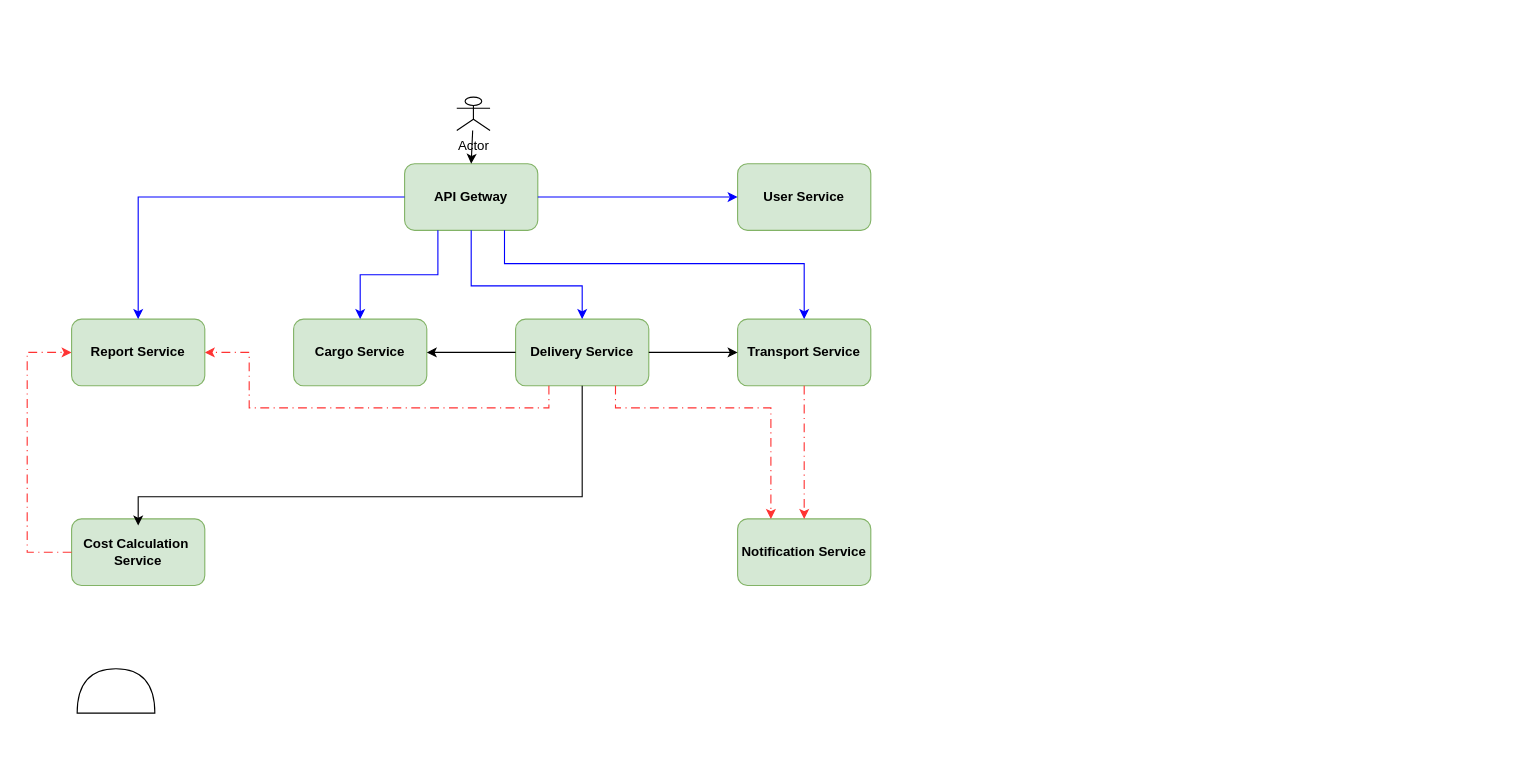
Before: microservices-scheme_v003.drawio in yury-connect/innowise-logistics-platform, a draw.io diagram. Source tidied: cells renumbered, new cells numbered last; positions are measured from the earlier drawing's top-left corner, leaving out a move shared by most shapes. Both pictures are drawn from the tidied source at 111%, with x=0, y=0 at pixel (27, 97).
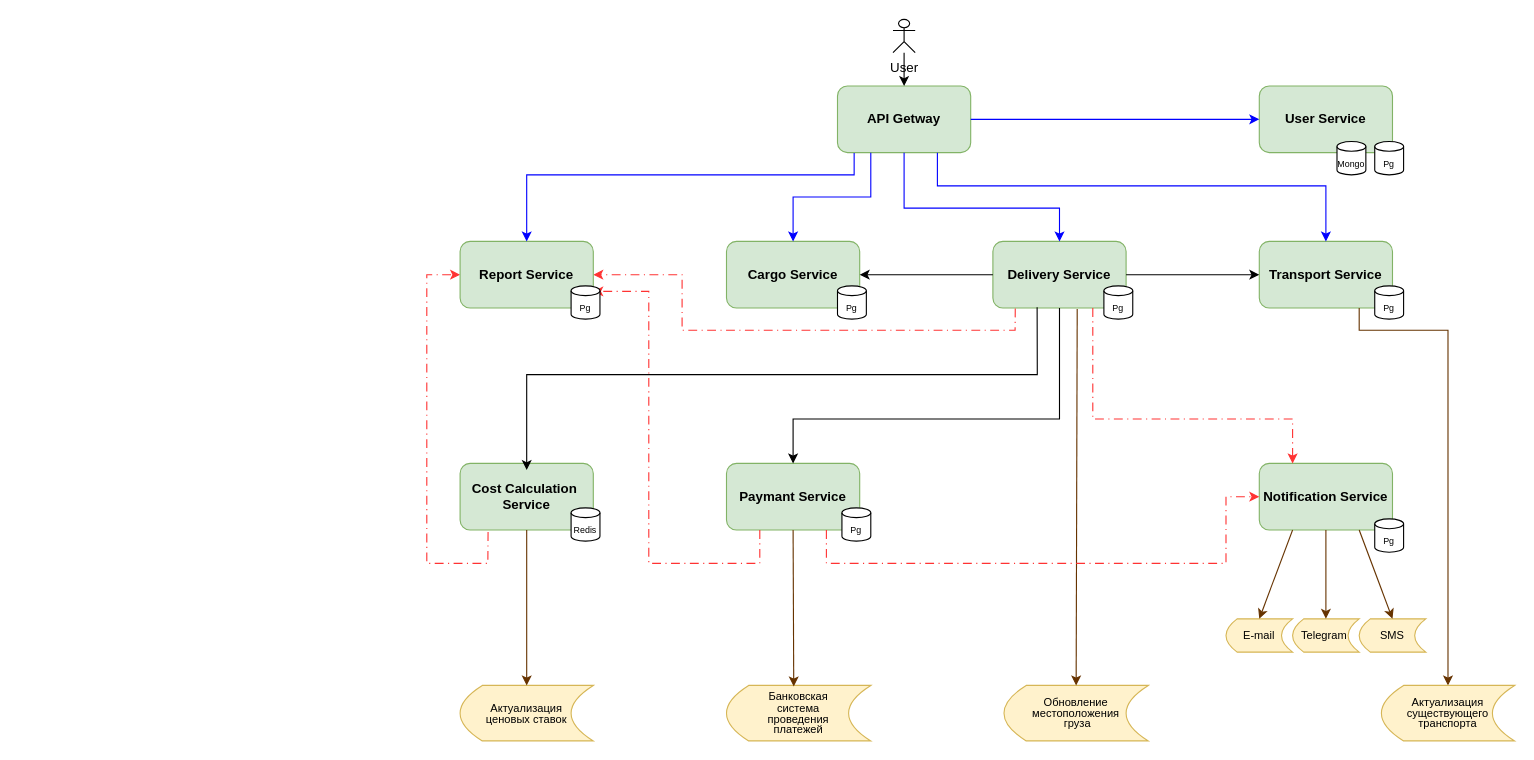
Above is the later version.

What changed in the source:
```diff
@@
     <mxCell id="2" value="&lt;b&gt;API Getway&lt;/b&gt;" style="rounded=1;whiteSpace=wrap;html=1;fillColor=#d5e8d4;strokeColor=#82b366;" parent="1" vertex="1">
-      <mxGeometry x="340" y="60" width="120" height="60" as="geometry" />
+      <mxGeometry x="730" y="-10" width="120" height="60" as="geometry" />
     </mxCell>
     <mxCell id="3" value="&lt;b&gt;Delivery Service&lt;/b&gt;" style="rounded=1;whiteSpace=wrap;html=1;fillColor=#d5e8d4;strokeColor=#82b366;" parent="1" vertex="1">
-      <mxGeometry x="440" y="200" width="120" height="60" as="geometry" />
+      <mxGeometry x="870" y="130" width="120" height="60" as="geometry" />
     </mxCell>
     <mxCell id="4" value="&lt;b&gt;Cargo Service&lt;/b&gt;" style="rounded=1;whiteSpace=wrap;html=1;fillColor=#d5e8d4;strokeColor=#82b366;" parent="1" vertex="1">
-      <mxGeometry x="240" y="200" width="120" height="60" as="geometry" />
+      <mxGeometry x="630" y="130" width="120" height="60" as="geometry" />
     </mxCell>
     <mxCell id="5" value="&lt;b&gt;Notification Service&lt;/b&gt;" style="rounded=1;whiteSpace=wrap;html=1;fillColor=#d5e8d4;strokeColor=#82b366;" parent="1" vertex="1">
-      <mxGeometry x="640" y="380" width="120" height="60" as="geometry" />
+      <mxGeometry x="1110" y="330" width="120" height="60" as="geometry" />
     </mxCell>
     <mxCell id="6" style="endArrow=classic;html=1;rounded=0;exitX=0.5;exitY=1;exitDx=0;exitDy=0;entryX=0.5;entryY=0;entryDx=0;entryDy=0;strokeColor=#0000FF;" parent="1" edge="1" source="2" target="3">
       <mxGeometry relative="1" as="geometry">
         <Array as="points">
-          <mxPoint x="400" y="170" />
-          <mxPoint x="500" y="170" />
+          <mxPoint x="790" y="100" />
+          <mxPoint x="930" y="100" />
         </Array>
       </mxGeometry>
     </mxCell>
     <mxCell id="7" style="endArrow=classic;html=1;rounded=0;exitX=0.25;exitY=1;exitDx=0;exitDy=0;entryX=0.5;entryY=0;entryDx=0;entryDy=0;strokeColor=#0000FF;" parent="1" edge="1" source="2" target="4">
       <mxGeometry relative="1" as="geometry">
         <Array as="points">
-          <mxPoint x="370" y="160" />
-          <mxPoint x="300" y="160" />
+          <mxPoint x="760" y="90" />
+          <mxPoint x="690" y="90" />
         </Array>
       </mxGeometry>
     </mxCell>
     <mxCell id="8" value="&lt;b&gt;User Service&lt;/b&gt;" style="rounded=1;whiteSpace=wrap;html=1;fillColor=#d5e8d4;strokeColor=#82b366;" parent="1" vertex="1">
-      <mxGeometry x="640" y="60" width="120" height="60" as="geometry" />
+      <mxGeometry x="1110" y="-10" width="120" height="60" as="geometry" />
     </mxCell>
-    <mxCell id="9" value="Actor" style="shape=umlActor;verticalLabelPosition=bottom;verticalAlign=top;html=1;outlineConnect=0;" parent="1" vertex="1">
-      <mxGeometry x="387" width="30" height="30" as="geometry" />
+    <mxCell id="9" value="User" style="shape=umlActor;verticalLabelPosition=bottom;verticalAlign=top;html=1;outlineConnect=0;labelBackgroundColor=default;" parent="1" vertex="1">
+      <mxGeometry x="780" y="-70" width="20" height="30" as="geometry" />
     </mxCell>
@@
     <mxCell id="12" value="&lt;b&gt;Cost Calculation&amp;nbsp;&lt;/b&gt;&lt;div&gt;&lt;b&gt;Service&lt;/b&gt;&lt;/div&gt;" style="rounded=1;whiteSpace=wrap;html=1;fillColor=#d5e8d4;strokeColor=#82b366;" parent="1" vertex="1">
-      <mxGeometry x="40" y="380" width="120" height="60" as="geometry" />
+      <mxGeometry x="390" y="330" width="120" height="60" as="geometry" />
     </mxCell>
-    <mxCell id="13" style="endArrow=classic;html=1;rounded=0;dashed=1;exitX=0;exitY=0.5;exitDx=0;exitDy=0;entryX=0;entryY=0.5;entryDx=0;entryDy=0;dashPattern=8 4 1 4;strokeColor=#FF3333;" parent="1" edge="1" source="12" target="16">
+    <mxCell id="13" style="endArrow=classic;html=1;rounded=0;dashed=1;exitX=0.21;exitY=1.031;exitDx=0;exitDy=0;entryX=0;entryY=0.5;entryDx=0;entryDy=0;dashPattern=8 4 1 4;strokeColor=#FF3333;exitPerimeter=0;" parent="1" edge="1" source="12" target="16">
       <mxGeometry relative="1" as="geometry">
         <Array as="points">
-          <mxPoint y="410" />
-          <mxPoint y="230" />
+          <mxPoint x="415" y="420" />
+          <mxPoint x="360" y="420" />
+          <mxPoint x="360" y="160" />
+          <mxPoint x="390" y="160" />
         </Array>
       </mxGeometry>
     </mxCell>
-    <mxCell id="14" style="endArrow=classic;html=1;rounded=0;exitX=0.25;exitY=1;exitDx=0;exitDy=0;entryX=1;entryY=0.5;entryDx=0;entryDy=0;dashed=1;dashPattern=8 4 1 4;strokeColor=#FF3333;" parent="1" edge="1" source="3" target="16">
+    <mxCell id="14" style="endArrow=classic;html=1;rounded=0;exitX=0.168;exitY=1.007;exitDx=0;exitDy=0;entryX=1;entryY=0.5;entryDx=0;entryDy=0;dashed=1;dashPattern=8 4 1 4;strokeColor=#FF3333;exitPerimeter=0;" parent="1" edge="1" source="3" target="16">
       <mxGeometry relative="1" as="geometry">
         <Array as="points">
-          <mxPoint x="470" y="280" />
-          <mxPoint x="200" y="280" />
-          <mxPoint x="200" y="230" />
+          <mxPoint x="890" y="210" />
+          <mxPoint x="590" y="210" />
+          <mxPoint x="590" y="160" />
         </Array>
       </mxGeometry>
     </mxCell>
     <mxCell id="15" style="endArrow=classic;html=1;rounded=0;entryX=0.25;entryY=0;entryDx=0;entryDy=0;exitX=0.75;exitY=1;exitDx=0;exitDy=0;dashed=1;dashPattern=8 4 1 4;strokeColor=#FF3333;" parent="1" edge="1" source="3" target="5">
       <mxGeometry relative="1" as="geometry">
         <Array as="points">
-          <mxPoint x="530" y="280" />
-          <mxPoint x="670" y="280" />
+          <mxPoint x="960" y="290" />
+          <mxPoint x="1140" y="290" />
         </Array>
       </mxGeometry>
     </mxCell>
     <mxCell id="16" value="&lt;b&gt;Report Service&lt;/b&gt;" style="rounded=1;whiteSpace=wrap;html=1;fillColor=#d5e8d4;strokeColor=#82b366;" parent="1" vertex="1">
-      <mxGeometry x="40" y="200" width="120" height="60" as="geometry" />
+      <mxGeometry x="390" y="130" width="120" height="60" as="geometry" />
     </mxCell>
     <mxCell id="17" value="&lt;b&gt;Transport Service&lt;/b&gt;" style="rounded=1;whiteSpace=wrap;html=1;fillColor=#d5e8d4;strokeColor=#82b366;" parent="1" vertex="1">
-      <mxGeometry x="640" y="200" width="120" height="60" as="geometry" />
+      <mxGeometry x="1110" y="130" width="120" height="60" as="geometry" />
     </mxCell>
-    <mxCell id="18" style="endArrow=classic;html=1;rounded=0;exitX=0;exitY=0.5;exitDx=0;exitDy=0;entryX=0.5;entryY=0;entryDx=0;entryDy=0;strokeColor=#0000FF;" parent="1" edge="1" source="2" target="16">
+    <mxCell id="18" style="endArrow=classic;html=1;rounded=0;exitX=0.125;exitY=1.006;exitDx=0;exitDy=0;entryX=0.5;entryY=0;entryDx=0;entryDy=0;strokeColor=#0000FF;exitPerimeter=0;" parent="1" edge="1" source="2" target="16">
       <mxGeometry relative="1" as="geometry">
         <Array as="points">
-          <mxPoint x="100" y="90" />
+          <mxPoint x="745" y="70" />
+          <mxPoint x="450" y="70" />
         </Array>
       </mxGeometry>
     </mxCell>
     <mxCell id="19" style="endArrow=classic;html=1;rounded=0;exitX=0.75;exitY=1;exitDx=0;exitDy=0;entryX=0.5;entryY=0;entryDx=0;entryDy=0;strokeColor=#0000FF;" parent="1" edge="1" source="2" target="17">
       <mxGeometry relative="1" as="geometry">
         <Array as="points">
-          <mxPoint x="430" y="150" />
-          <mxPoint x="700" y="150" />
+          <mxPoint x="820" y="80" />
+          <mxPoint x="1170" y="80" />
         </Array>
       </mxGeometry>
     </mxCell>
-    <mxCell id="20" style="endArrow=classic;html=1;rounded=0;exitX=0.5;exitY=1;exitDx=0;exitDy=0;entryX=0.5;entryY=0;entryDx=0;entryDy=0;dashed=1;dashPattern=8 4 1 4;strokeColor=#FF3333;" parent="1" edge="1" source="17" target="5">
-      <mxGeometry relative="1" as="geometry" />
-    </mxCell>
@@
-    <mxCell id="22" style="endArrow=classic;html=1;rounded=0;exitX=0.5;exitY=1;exitDx=0;exitDy=0;entryX=0.5;entryY=0.1;entryDx=0;entryDy=0;entryPerimeter=0;" parent="1" edge="1" source="3" target="12">
+    <mxCell id="22" style="endArrow=classic;html=1;rounded=0;exitX=0.332;exitY=0.988;exitDx=0;exitDy=0;entryX=0.5;entryY=0.1;entryDx=0;entryDy=0;entryPerimeter=0;exitPerimeter=0;" parent="1" edge="1" source="3" target="12">
       <mxGeometry relative="1" as="geometry">
         <Array as="points">
-          <mxPoint x="500" y="360" />
-          <mxPoint x="100" y="360" />
+          <mxPoint x="910" y="250" />
+          <mxPoint x="450" y="250" />
         </Array>
       </mxGeometry>
     </mxCell>
-    <mxCell id="23" style="shape=or;whiteSpace=wrap;html=1;rotation=-90;" parent="1" vertex="1">
-      <mxGeometry x="60" y="500" width="40" height="70" as="geometry" />
-    </mxCell>
@@
+    <mxCell id="25" style="endArrow=classic;html=1;rounded=0;exitX=0.75;exitY=1;exitDx=0;exitDy=0;entryX=0.5;entryY=0;entryDx=0;entryDy=0;fontColor=none;noLabel=1;strokeColor=#663300;" parent="1" edge="1" source="17" target="26">
+      <mxGeometry relative="1" as="geometry">
+        <Array as="points">
+          <mxPoint x="1200" y="210" />
+          <mxPoint x="1280" y="210" />
+        </Array>
+      </mxGeometry>
+    </mxCell>
+    <mxCell id="26" value="&lt;div style=&quot;line-height: 80%;&quot;&gt;&lt;font style=&quot;font-size: 10px;&quot;&gt;Актуализация&lt;/font&gt;&lt;div&gt;&lt;font style=&quot;font-size: 10px;&quot;&gt;существующего&lt;/font&gt;&lt;/div&gt;&lt;div&gt;&lt;font style=&quot;font-size: 10px;&quot;&gt;транспорта&lt;/font&gt;&lt;/div&gt;&lt;/div&gt;" style="shape=dataStorage;whiteSpace=wrap;html=1;fixedSize=1;labelBackgroundColor=none;fillColor=#fff2cc;strokeColor=#d6b656;" parent="1" vertex="1">
+      <mxGeometry x="1220" y="530" width="120" height="50" as="geometry" />
+    </mxCell>
+    <mxCell id="27" value="&lt;div style=&quot;line-height: 80%;&quot;&gt;&lt;font style=&quot;font-size: 10px;&quot;&gt;Актуализация&lt;/font&gt;&lt;div&gt;&lt;span style=&quot;font-size: 10px;&quot;&gt;ценовых ставок&lt;/span&gt;&lt;/div&gt;&lt;/div&gt;" style="shape=dataStorage;whiteSpace=wrap;html=1;fixedSize=1;labelBackgroundColor=none;fillColor=#fff2cc;strokeColor=#d6b656;" parent="1" vertex="1">
+      <mxGeometry x="390" y="530" width="120" height="50" as="geometry" />
+    </mxCell>
+    <mxCell id="28" style="endArrow=classic;html=1;rounded=0;exitX=0.5;exitY=1;exitDx=0;exitDy=0;entryX=0.5;entryY=0;entryDx=0;entryDy=0;strokeColor=#663300;" parent="1" edge="1" source="12" target="27">
+      <mxGeometry relative="1" as="geometry" />
+    </mxCell>
+    <mxCell id="29" value="&lt;div style=&quot;line-height: 80%;&quot;&gt;&lt;span style=&quot;font-size: 10px;&quot;&gt;Обновление местоположения&lt;/span&gt;&lt;/div&gt;&lt;div style=&quot;line-height: 80%;&quot;&gt;&lt;span style=&quot;font-size: 10px;&quot;&gt;&amp;nbsp;груза&lt;/span&gt;&lt;/div&gt;" style="shape=dataStorage;whiteSpace=wrap;html=1;fixedSize=1;labelBackgroundColor=none;fillColor=#fff2cc;strokeColor=#d6b656;" parent="1" vertex="1">
+      <mxGeometry x="880" y="530" width="130" height="50" as="geometry" />
+    </mxCell>
+    <mxCell id="30" style="endArrow=classic;html=1;rounded=0;exitX=0.633;exitY=1.015;exitDx=0;exitDy=0;entryX=0.5;entryY=0;entryDx=0;entryDy=0;exitPerimeter=0;strokeColor=#663300;" parent="1" edge="1" source="3" target="29">
+      <mxGeometry relative="1" as="geometry" />
+    </mxCell>
+    <mxCell id="31" value="&lt;b&gt;Paymant Service&lt;/b&gt;" style="rounded=1;whiteSpace=wrap;html=1;fillColor=#d5e8d4;strokeColor=#82b366;" parent="1" vertex="1">
+      <mxGeometry x="630" y="330" width="120" height="60" as="geometry" />
+    </mxCell>
+    <mxCell id="32" style="endArrow=classic;html=1;rounded=0;exitX=0.5;exitY=1;exitDx=0;exitDy=0;entryX=0.5;entryY=0;entryDx=0;entryDy=0;" parent="1" edge="1" source="3" target="31">
+      <mxGeometry relative="1" as="geometry">
+        <Array as="points">
+          <mxPoint x="930" y="290" />
+          <mxPoint x="690" y="290" />
+        </Array>
+      </mxGeometry>
+    </mxCell>
+    <mxCell id="33" style="endArrow=classic;html=1;rounded=0;entryX=0;entryY=0.5;entryDx=0;entryDy=0;exitX=0.75;exitY=1;exitDx=0;exitDy=0;dashed=1;dashPattern=8 4 1 4;strokeColor=#FF3333;" parent="1" edge="1" source="31" target="5">
+      <mxGeometry relative="1" as="geometry">
+        <Array as="points">
+          <mxPoint x="720" y="420" />
+          <mxPoint x="1080" y="420" />
+          <mxPoint x="1080" y="360" />
+        </Array>
+      </mxGeometry>
+    </mxCell>
+    <mxCell id="34" style="endArrow=classic;html=1;rounded=0;entryX=1;entryY=0.75;entryDx=0;entryDy=0;exitX=0.25;exitY=1;exitDx=0;exitDy=0;dashed=1;dashPattern=8 4 1 4;strokeColor=#FF3333;" parent="1" edge="1" source="31" target="16">
+      <mxGeometry relative="1" as="geometry">
+        <Array as="points">
+          <mxPoint x="660" y="420" />
+          <mxPoint x="560" y="420" />
+          <mxPoint x="560" y="175" />
+        </Array>
+      </mxGeometry>
+    </mxCell>
+    <mxCell id="35" value="&lt;div style=&quot;line-height: 80%;&quot;&gt;&lt;span style=&quot;font-size: 10px;&quot;&gt;Банковская&lt;/span&gt;&lt;/div&gt;&lt;div style=&quot;line-height: 80%;&quot;&gt;&lt;span style=&quot;font-size: 10px;&quot;&gt;система&lt;/span&gt;&lt;/div&gt;&lt;div style=&quot;line-height: 80%;&quot;&gt;&lt;span style=&quot;font-size: 10px;&quot;&gt;проведения&lt;/span&gt;&lt;/div&gt;&lt;div style=&quot;line-height: 80%;&quot;&gt;&lt;span style=&quot;font-size: 10px;&quot;&gt;платежей&lt;/span&gt;&lt;/div&gt;" style="shape=dataStorage;whiteSpace=wrap;html=1;fixedSize=1;labelBackgroundColor=none;fillColor=#fff2cc;strokeColor=#d6b656;" parent="1" vertex="1">
+      <mxGeometry x="630" y="530" width="130" height="50" as="geometry" />
+    </mxCell>
+    <mxCell id="36" style="endArrow=classic;html=1;rounded=0;exitX=0.5;exitY=1;exitDx=0;exitDy=0;entryX=0.466;entryY=0.018;entryDx=0;entryDy=0;strokeColor=#663300;entryPerimeter=0;" parent="1" edge="1" source="31" target="35">
+      <mxGeometry relative="1" as="geometry" />
+    </mxCell>
+    <mxCell id="37" value="&lt;div style=&quot;line-height: 100%;&quot;&gt;&lt;font style=&quot;font-size: 8px;&quot;&gt;Pg&lt;/font&gt;&lt;/div&gt;" style="shape=cylinder3;whiteSpace=wrap;html=1;boundedLbl=1;backgroundOutline=1;size=4.399999999999977;" parent="1" vertex="1">
+      <mxGeometry x="1214" y="40" width="26" height="30" as="geometry" />
+    </mxCell>
+    <mxCell id="38" value="&lt;div style=&quot;line-height: 100%;&quot;&gt;&lt;font style=&quot;font-size: 8px;&quot;&gt;Mongo&lt;/font&gt;&lt;/div&gt;" style="shape=cylinder3;whiteSpace=wrap;html=1;boundedLbl=1;backgroundOutline=1;size=4.399999999999977;" parent="1" vertex="1">
+      <mxGeometry x="1180" y="40" width="26" height="30" as="geometry" />
+    </mxCell>
+    <mxCell id="39" value="&lt;div style=&quot;line-height: 100%;&quot;&gt;&lt;font style=&quot;font-size: 8px;&quot;&gt;Pg&lt;/font&gt;&lt;/div&gt;" style="shape=cylinder3;whiteSpace=wrap;html=1;boundedLbl=1;backgroundOutline=1;size=4.399999999999977;" parent="1" vertex="1">
+      <mxGeometry x="1214" y="170" width="26" height="30" as="geometry" />
+    </mxCell>
+    <mxCell id="40" value="&lt;div style=&quot;line-height: 100%;&quot;&gt;&lt;font style=&quot;font-size: 8px;&quot;&gt;Pg&lt;/font&gt;&lt;/div&gt;" style="shape=cylinder3;whiteSpace=wrap;html=1;boundedLbl=1;backgroundOutline=1;size=4.399999999999977;" parent="1" vertex="1">
+      <mxGeometry x="1214" y="380" width="26" height="30" as="geometry" />
+    </mxCell>
+    <mxCell id="41" value="&lt;div style=&quot;line-height: 100%;&quot;&gt;&lt;font style=&quot;font-size: 8px;&quot;&gt;Pg&lt;/font&gt;&lt;/div&gt;" style="shape=cylinder3;whiteSpace=wrap;html=1;boundedLbl=1;backgroundOutline=1;size=4.399999999999977;" parent="1" vertex="1">
+      <mxGeometry x="970" y="170" width="26" height="30" as="geometry" />
+    </mxCell>
+    <mxCell id="42" value="&lt;div style=&quot;line-height: 100%;&quot;&gt;&lt;font style=&quot;font-size: 8px;&quot;&gt;Pg&lt;/font&gt;&lt;/div&gt;" style="shape=cylinder3;whiteSpace=wrap;html=1;boundedLbl=1;backgroundOutline=1;size=4.399999999999977;" parent="1" vertex="1">
+      <mxGeometry x="730" y="170" width="26" height="30" as="geometry" />
+    </mxCell>
+    <mxCell id="43" value="&lt;div style=&quot;line-height: 100%;&quot;&gt;&lt;font style=&quot;font-size: 8px;&quot;&gt;Pg&lt;/font&gt;&lt;/div&gt;" style="shape=cylinder3;whiteSpace=wrap;html=1;boundedLbl=1;backgroundOutline=1;size=4.399999999999977;" parent="1" vertex="1">
+      <mxGeometry x="734" y="370" width="26" height="30" as="geometry" />
+    </mxCell>
+    <mxCell id="44" value="&lt;div style=&quot;line-height: 80%;&quot;&gt;&lt;span style=&quot;font-size: 10px;&quot;&gt;E-mail&lt;/span&gt;&lt;/div&gt;" style="shape=dataStorage;whiteSpace=wrap;html=1;fixedSize=1;labelBackgroundColor=none;fillColor=#fff2cc;strokeColor=#d6b656;size=10;" parent="1" vertex="1">
+      <mxGeometry x="1080" y="470" width="60" height="30" as="geometry" />
+    </mxCell>
+    <mxCell id="45" value="&lt;div style=&quot;line-height: 80%;&quot;&gt;&lt;span style=&quot;font-size: 10px;&quot;&gt;Telegram&amp;nbsp;&lt;/span&gt;&lt;/div&gt;" style="shape=dataStorage;whiteSpace=wrap;html=1;fixedSize=1;labelBackgroundColor=none;fillColor=#fff2cc;strokeColor=#d6b656;size=10;" parent="1" vertex="1">
+      <mxGeometry x="1140" y="470" width="60" height="30" as="geometry" />
+    </mxCell>
+    <mxCell id="46" value="&lt;div style=&quot;line-height: 80%;&quot;&gt;&lt;span style=&quot;font-size: 10px;&quot;&gt;SMS&lt;/span&gt;&lt;/div&gt;" style="shape=dataStorage;whiteSpace=wrap;html=1;fixedSize=1;labelBackgroundColor=none;fillColor=#fff2cc;strokeColor=#d6b656;size=10;" parent="1" vertex="1">
+      <mxGeometry x="1200" y="470" width="60" height="30" as="geometry" />
+    </mxCell>
+    <mxCell id="47" style="endArrow=classic;html=1;rounded=0;exitX=0.25;exitY=1;exitDx=0;exitDy=0;entryX=0.5;entryY=0;entryDx=0;entryDy=0;strokeColor=#663300;" parent="1" edge="1" source="5" target="44">
+      <mxGeometry relative="1" as="geometry" />
+    </mxCell>
+    <mxCell id="48" style="endArrow=classic;html=1;rounded=0;exitX=0.5;exitY=1;exitDx=0;exitDy=0;entryX=0.5;entryY=0;entryDx=0;entryDy=0;strokeColor=#663300;" parent="1" edge="1" source="5" target="45">
+      <mxGeometry relative="1" as="geometry" />
+    </mxCell>
+    <mxCell id="49" style="endArrow=classic;html=1;rounded=0;exitX=0.75;exitY=1;exitDx=0;exitDy=0;entryX=0.5;entryY=0;entryDx=0;entryDy=0;strokeColor=#663300;" parent="1" edge="1" source="5" target="46">
+      <mxGeometry relative="1" as="geometry" />
+    </mxCell>
+    <mxCell id="50" value="&lt;div style=&quot;line-height: 100%;&quot;&gt;&lt;font style=&quot;font-size: 8px;&quot;&gt;Pg&lt;/font&gt;&lt;/div&gt;" style="shape=cylinder3;whiteSpace=wrap;html=1;boundedLbl=1;backgroundOutline=1;size=4.399999999999977;" parent="1" vertex="1">
+      <mxGeometry x="490" y="170" width="26" height="30" as="geometry" />
+    </mxCell>
+    <mxCell id="51" value="&lt;div style=&quot;line-height: 100%;&quot;&gt;&lt;font style=&quot;font-size: 8px;&quot;&gt;Redis&lt;/font&gt;&lt;/div&gt;" style="shape=cylinder3;whiteSpace=wrap;html=1;boundedLbl=1;backgroundOutline=1;size=4.399999999999977;" parent="1" vertex="1">
+      <mxGeometry x="490" y="370" width="26" height="30" as="geometry" />
+    </mxCell>
```
